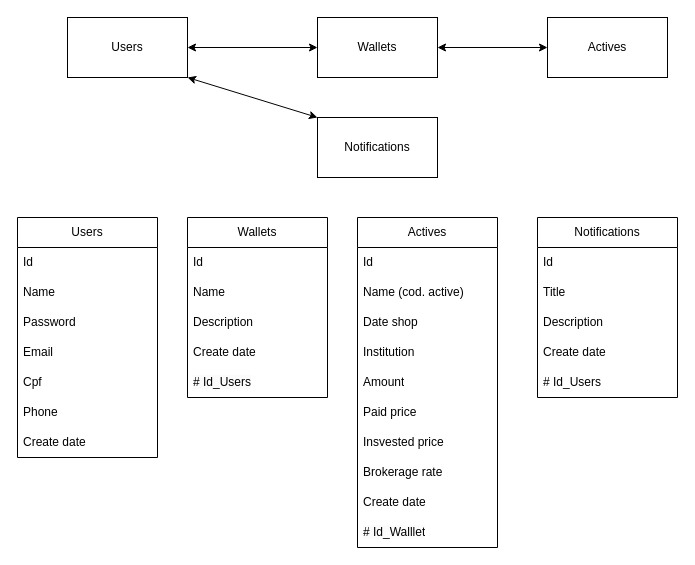
Earlier version of the draw.io diagram backend/table.drawio (robsonvasquez/Carteira_de_Invertimento). Source tidied: cells renumbered, new cells numbered last; positions are measured from the earlier drawing's top-left corner, leaving out a move shared by most shapes. Both pictures are drawn from the tidied source at 100%, with x=0, y=0 at pixel (17, 17).
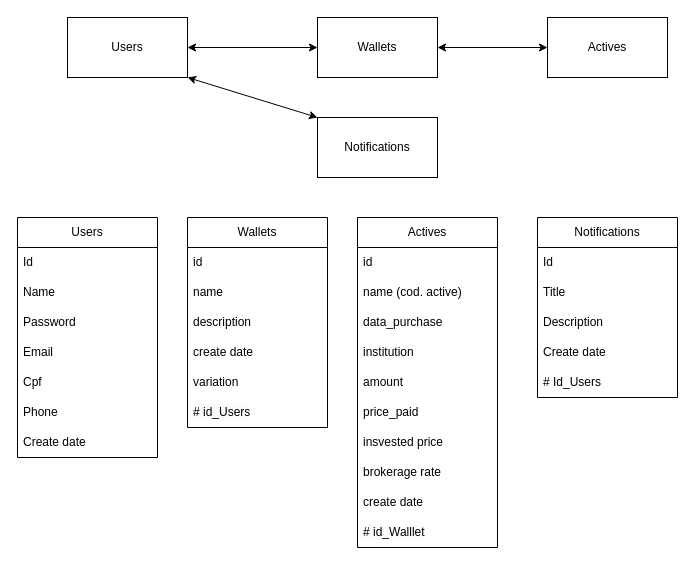
The same page after the edit.

Unchanged cells that the change refers to:
```xml
<mxCell id="23" value="Actives" style="swimlane;fontStyle=0;horizontal=1;startSize=30;whiteSpace=wrap;html=1;" parent="1" vertex="1">
  <mxGeometry x="340" y="200" width="140" height="330" as="geometry" />
</mxCell>
```

What changed in the source:
```diff
@@
     <mxCell id="17" value="Wallets" style="swimlane;fontStyle=0;horizontal=1;startSize=30;whiteSpace=wrap;html=1;" parent="1" vertex="1">
-      <mxGeometry x="170" y="200" width="140" height="180" as="geometry" />
+      <mxGeometry x="170" y="200" width="140" height="210" as="geometry" />
     </mxCell>
-    <mxCell id="18" value="Id" style="text;strokeColor=none;fillColor=none;align=left;verticalAlign=middle;spacingLeft=4;spacingRight=4;overflow=hidden;whiteSpace=wrap;html=1;" parent="17" vertex="1">
+    <mxCell id="18" value="id" style="text;strokeColor=none;fillColor=none;align=left;verticalAlign=middle;spacingLeft=4;spacingRight=4;overflow=hidden;whiteSpace=wrap;html=1;" parent="17" vertex="1">
       <mxGeometry y="30" width="140" height="30" as="geometry" />
     </mxCell>
-    <mxCell id="19" value="Name" style="text;strokeColor=none;fillColor=none;align=left;verticalAlign=middle;spacingLeft=4;spacingRight=4;overflow=hidden;whiteSpace=wrap;html=1;" parent="17" vertex="1">
+    <mxCell id="19" value="name" style="text;strokeColor=none;fillColor=none;align=left;verticalAlign=middle;spacingLeft=4;spacingRight=4;overflow=hidden;whiteSpace=wrap;html=1;" parent="17" vertex="1">
       <mxGeometry y="60" width="140" height="30" as="geometry" />
     </mxCell>
-    <mxCell id="20" value="Description" style="text;strokeColor=none;fillColor=none;align=left;verticalAlign=middle;spacingLeft=4;spacingRight=4;overflow=hidden;whiteSpace=wrap;html=1;" parent="17" vertex="1">
+    <mxCell id="20" value="description" style="text;strokeColor=none;fillColor=none;align=left;verticalAlign=middle;spacingLeft=4;spacingRight=4;overflow=hidden;whiteSpace=wrap;html=1;" parent="17" vertex="1">
       <mxGeometry y="90" width="140" height="30" as="geometry" />
     </mxCell>
-    <mxCell id="21" value="Create date" style="text;strokeColor=none;fillColor=none;align=left;verticalAlign=middle;spacingLeft=4;spacingRight=4;overflow=hidden;whiteSpace=wrap;html=1;" parent="17" vertex="1">
+    <mxCell id="21" value="create date" style="text;strokeColor=none;fillColor=none;align=left;verticalAlign=middle;spacingLeft=4;spacingRight=4;overflow=hidden;whiteSpace=wrap;html=1;" parent="17" vertex="1">
       <mxGeometry y="120" width="140" height="30" as="geometry" />
     </mxCell>
+    <mxCell id="40" value="variation" style="text;strokeColor=none;fillColor=none;align=left;verticalAlign=middle;spacingLeft=4;spacingRight=4;overflow=hidden;whiteSpace=wrap;html=1;" parent="17" vertex="1">
+      <mxGeometry y="150" width="140" height="30" as="geometry" />
+    </mxCell>
-    <mxCell id="22" value="&lt;span style=&quot;color: rgb(0, 0, 0); font-family: Helvetica; font-size: 12px; font-style: normal; font-variant-ligatures: normal; font-variant-caps: normal; font-weight: 400; letter-spacing: normal; orphans: 2; text-align: left; text-indent: 0px; text-transform: none; widows: 2; word-spacing: 0px; -webkit-text-stroke-width: 0px; background-color: rgb(251, 251, 251); text-decoration-thickness: initial; text-decoration-style: initial; text-decoration-color: initial; float: none; display: inline !important;&quot;&gt;# Id_Users&lt;/span&gt;" style="text;strokeColor=none;fillColor=none;align=left;verticalAlign=middle;spacingLeft=4;spacingRight=4;overflow=hidden;whiteSpace=wrap;html=1;" parent="17" vertex="1">
-      <mxGeometry y="150" width="140" height="30" as="geometry" />
+    <mxCell id="22" value="&lt;span style=&quot;color: rgb(0, 0, 0); font-family: Helvetica; font-size: 12px; font-style: normal; font-variant-ligatures: normal; font-variant-caps: normal; font-weight: 400; letter-spacing: normal; orphans: 2; text-align: left; text-indent: 0px; text-transform: none; widows: 2; word-spacing: 0px; -webkit-text-stroke-width: 0px; background-color: rgb(251, 251, 251); text-decoration-thickness: initial; text-decoration-style: initial; text-decoration-color: initial; float: none; display: inline !important;&quot;&gt;# id_Users&lt;/span&gt;" style="text;strokeColor=none;fillColor=none;align=left;verticalAlign=middle;spacingLeft=4;spacingRight=4;overflow=hidden;whiteSpace=wrap;html=1;" parent="17" vertex="1">
+      <mxGeometry y="180" width="140" height="30" as="geometry" />
     </mxCell>
@@
-    <mxCell id="24" value="Id" style="text;strokeColor=none;fillColor=none;align=left;verticalAlign=middle;spacingLeft=4;spacingRight=4;overflow=hidden;whiteSpace=wrap;html=1;" parent="23" vertex="1">
+    <mxCell id="24" value="id" style="text;strokeColor=none;fillColor=none;align=left;verticalAlign=middle;spacingLeft=4;spacingRight=4;overflow=hidden;whiteSpace=wrap;html=1;" parent="23" vertex="1">
       <mxGeometry y="30" width="140" height="30" as="geometry" />
     </mxCell>
-    <mxCell id="25" value="Name (cod. active)" style="text;strokeColor=none;fillColor=none;align=left;verticalAlign=middle;spacingLeft=4;spacingRight=4;overflow=hidden;whiteSpace=wrap;html=1;" parent="23" vertex="1">
+    <mxCell id="25" value="name (cod. active)" style="text;strokeColor=none;fillColor=none;align=left;verticalAlign=middle;spacingLeft=4;spacingRight=4;overflow=hidden;whiteSpace=wrap;html=1;" parent="23" vertex="1">
       <mxGeometry y="60" width="140" height="30" as="geometry" />
     </mxCell>
-    <mxCell id="26" value="Date shop" style="text;strokeColor=none;fillColor=none;align=left;verticalAlign=middle;spacingLeft=4;spacingRight=4;overflow=hidden;whiteSpace=wrap;html=1;" parent="23" vertex="1">
+    <mxCell id="26" value="data_purchase" style="text;strokeColor=none;fillColor=none;align=left;verticalAlign=middle;spacingLeft=4;spacingRight=4;overflow=hidden;whiteSpace=wrap;html=1;" parent="23" vertex="1">
       <mxGeometry y="90" width="140" height="30" as="geometry" />
     </mxCell>
-    <mxCell id="27" value="Institution" style="text;strokeColor=none;fillColor=none;align=left;verticalAlign=middle;spacingLeft=4;spacingRight=4;overflow=hidden;whiteSpace=wrap;html=1;" parent="23" vertex="1">
+    <mxCell id="27" value="institution" style="text;strokeColor=none;fillColor=none;align=left;verticalAlign=middle;spacingLeft=4;spacingRight=4;overflow=hidden;whiteSpace=wrap;html=1;" parent="23" vertex="1">
       <mxGeometry y="120" width="140" height="30" as="geometry" />
     </mxCell>
-    <mxCell id="28" value="Amount" style="text;strokeColor=none;fillColor=none;align=left;verticalAlign=middle;spacingLeft=4;spacingRight=4;overflow=hidden;whiteSpace=wrap;html=1;" parent="23" vertex="1">
+    <mxCell id="28" value="amount" style="text;strokeColor=none;fillColor=none;align=left;verticalAlign=middle;spacingLeft=4;spacingRight=4;overflow=hidden;whiteSpace=wrap;html=1;" parent="23" vertex="1">
       <mxGeometry y="150" width="140" height="30" as="geometry" />
     </mxCell>
-    <mxCell id="29" value="Paid price" style="text;strokeColor=none;fillColor=none;align=left;verticalAlign=middle;spacingLeft=4;spacingRight=4;overflow=hidden;whiteSpace=wrap;html=1;" parent="23" vertex="1">
+    <mxCell id="29" value="price_paid" style="text;strokeColor=none;fillColor=none;align=left;verticalAlign=middle;spacingLeft=4;spacingRight=4;overflow=hidden;whiteSpace=wrap;html=1;" parent="23" vertex="1">
       <mxGeometry y="180" width="140" height="30" as="geometry" />
     </mxCell>
-    <mxCell id="30" value="Insvested price" style="text;strokeColor=none;fillColor=none;align=left;verticalAlign=middle;spacingLeft=4;spacingRight=4;overflow=hidden;whiteSpace=wrap;html=1;" parent="23" vertex="1">
+    <mxCell id="30" value="insvested price" style="text;strokeColor=none;fillColor=none;align=left;verticalAlign=middle;spacingLeft=4;spacingRight=4;overflow=hidden;whiteSpace=wrap;html=1;" parent="23" vertex="1">
       <mxGeometry y="210" width="140" height="30" as="geometry" />
     </mxCell>
-    <mxCell id="31" value="Brokerage rate" style="text;strokeColor=none;fillColor=none;align=left;verticalAlign=middle;spacingLeft=4;spacingRight=4;overflow=hidden;whiteSpace=wrap;html=1;" parent="23" vertex="1">
+    <mxCell id="31" value="brokerage rate" style="text;strokeColor=none;fillColor=none;align=left;verticalAlign=middle;spacingLeft=4;spacingRight=4;overflow=hidden;whiteSpace=wrap;html=1;" parent="23" vertex="1">
       <mxGeometry y="240" width="140" height="30" as="geometry" />
     </mxCell>
-    <mxCell id="32" value="Create date" style="text;strokeColor=none;fillColor=none;align=left;verticalAlign=middle;spacingLeft=4;spacingRight=4;overflow=hidden;whiteSpace=wrap;html=1;" parent="23" vertex="1">
+    <mxCell id="32" value="create date" style="text;strokeColor=none;fillColor=none;align=left;verticalAlign=middle;spacingLeft=4;spacingRight=4;overflow=hidden;whiteSpace=wrap;html=1;" parent="23" vertex="1">
       <mxGeometry y="270" width="140" height="30" as="geometry" />
     </mxCell>
-    <mxCell id="33" value="&lt;span style=&quot;color: rgb(0, 0, 0); font-family: Helvetica; font-size: 12px; font-style: normal; font-variant-ligatures: normal; font-variant-caps: normal; font-weight: 400; letter-spacing: normal; orphans: 2; text-align: left; text-indent: 0px; text-transform: none; widows: 2; word-spacing: 0px; -webkit-text-stroke-width: 0px; background-color: rgb(251, 251, 251); text-decoration-thickness: initial; text-decoration-style: initial; text-decoration-color: initial; float: none; display: inline !important;&quot;&gt;# Id_Walllet&lt;/span&gt;" style="text;strokeColor=none;fillColor=none;align=left;verticalAlign=middle;spacingLeft=4;spacingRight=4;overflow=hidden;whiteSpace=wrap;html=1;" parent="23" vertex="1">
+    <mxCell id="33" value="&lt;span style=&quot;color: rgb(0, 0, 0); font-family: Helvetica; font-size: 12px; font-style: normal; font-variant-ligatures: normal; font-variant-caps: normal; font-weight: 400; letter-spacing: normal; orphans: 2; text-align: left; text-indent: 0px; text-transform: none; widows: 2; word-spacing: 0px; -webkit-text-stroke-width: 0px; background-color: rgb(251, 251, 251); text-decoration-thickness: initial; text-decoration-style: initial; text-decoration-color: initial; float: none; display: inline !important;&quot;&gt;# id_Walllet&lt;/span&gt;" style="text;strokeColor=none;fillColor=none;align=left;verticalAlign=middle;spacingLeft=4;spacingRight=4;overflow=hidden;whiteSpace=wrap;html=1;" parent="23" vertex="1">
       <mxGeometry y="300" width="140" height="30" as="geometry" />
     </mxCell>
```
